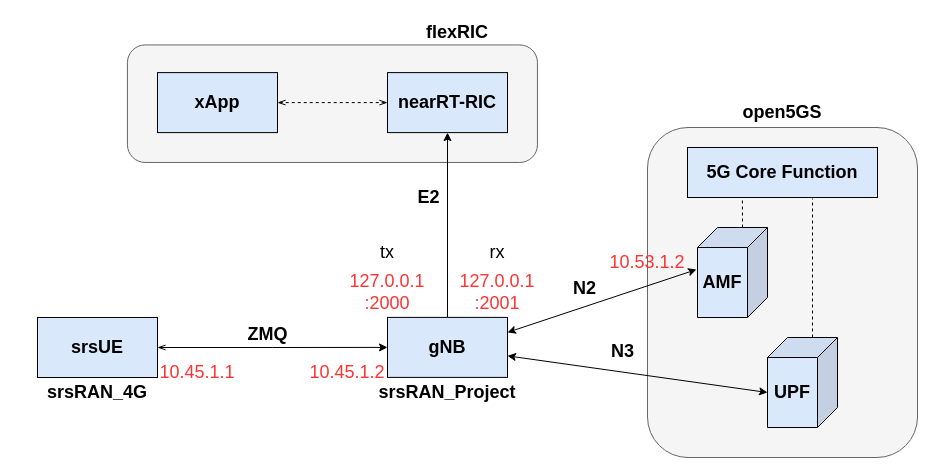
Earlier version of the draw.io diagram document_srsRAN/overview_hw_sw_ip_port.drawio (pchat-imm/o-ran-e2-kpm). Source tidied: cells renumbered, new cells numbered last; positions are measured from the earlier drawing's top-left corner, leaving out a move shared by most shapes. Both pictures are drawn from the tidied source at 100%, with x=0, y=0 at pixel (37, -102).
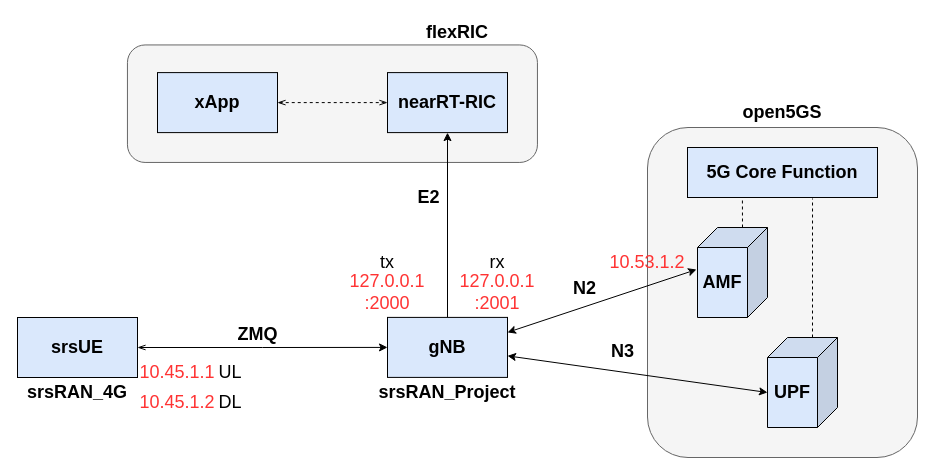
After the change.

What changed in the source:
```diff
@@
     <mxCell id="6" value="srsUE" style="rounded=0;whiteSpace=wrap;html=1;fillColor=#dae8fc;strokeColor=#000000;fontSize=18;fontStyle=1;" parent="1" vertex="1">
-      <mxGeometry y="419" width="120" height="60" as="geometry" />
+      <mxGeometry x="-20" y="419" width="120" height="60" as="geometry" />
     </mxCell>
     <mxCell id="7" value="srsRAN_4G" style="text;html=1;align=center;verticalAlign=middle;whiteSpace=wrap;rounded=0;fontSize=18;fontStyle=1;" parent="1" vertex="1">
-      <mxGeometry x="30" y="479" width="60" height="30" as="geometry" />
+      <mxGeometry x="10" y="479" width="60" height="30" as="geometry" />
     </mxCell>
@@
     <mxCell id="12" value="10.45.1.1" style="text;html=1;align=center;verticalAlign=middle;whiteSpace=wrap;rounded=0;fontColor=#FF3333;fontSize=18;" parent="1" vertex="1">
-      <mxGeometry x="130" y="459" width="60" height="30" as="geometry" />
+      <mxGeometry x="110" y="459" width="60" height="30" as="geometry" />
     </mxCell>
     <mxCell id="13" value="10.45.1.2" style="text;html=1;align=center;verticalAlign=middle;whiteSpace=wrap;rounded=0;fontColor=#FF3333;fontSize=18;" parent="1" vertex="1">
-      <mxGeometry x="280" y="458.9" width="60" height="30" as="geometry" />
+      <mxGeometry x="110" y="489" width="60" height="30" as="geometry" />
     </mxCell>
@@
     <mxCell id="30" value="&lt;font style=&quot;font-size: 18px;&quot;&gt;tx&lt;/font&gt;" style="text;html=1;align=center;verticalAlign=middle;whiteSpace=wrap;rounded=0;" parent="1" vertex="1">
-      <mxGeometry x="320" y="339" width="60" height="30" as="geometry" />
+      <mxGeometry x="320" y="349" width="60" height="30" as="geometry" />
     </mxCell>
     <mxCell id="31" value="&lt;font style=&quot;font-size: 18px;&quot;&gt;rx&lt;/font&gt;" style="text;html=1;align=center;verticalAlign=middle;whiteSpace=wrap;rounded=0;" parent="1" vertex="1">
-      <mxGeometry x="430" y="339" width="60" height="30" as="geometry" />
+      <mxGeometry x="430" y="349" width="60" height="30" as="geometry" />
     </mxCell>
@@
+    <mxCell id="33" value="&lt;font style=&quot;font-size: 18px;&quot;&gt;UL&lt;/font&gt;" style="text;html=1;align=center;verticalAlign=middle;whiteSpace=wrap;rounded=0;" parent="1" vertex="1">
+      <mxGeometry x="163" y="459" width="60" height="30" as="geometry" />
+    </mxCell>
+    <mxCell id="34" value="&lt;font style=&quot;font-size: 18px;&quot;&gt;DL&lt;/font&gt;" style="text;html=1;align=center;verticalAlign=middle;whiteSpace=wrap;rounded=0;" parent="1" vertex="1">
+      <mxGeometry x="163" y="489" width="60" height="30" as="geometry" />
+    </mxCell>
```
